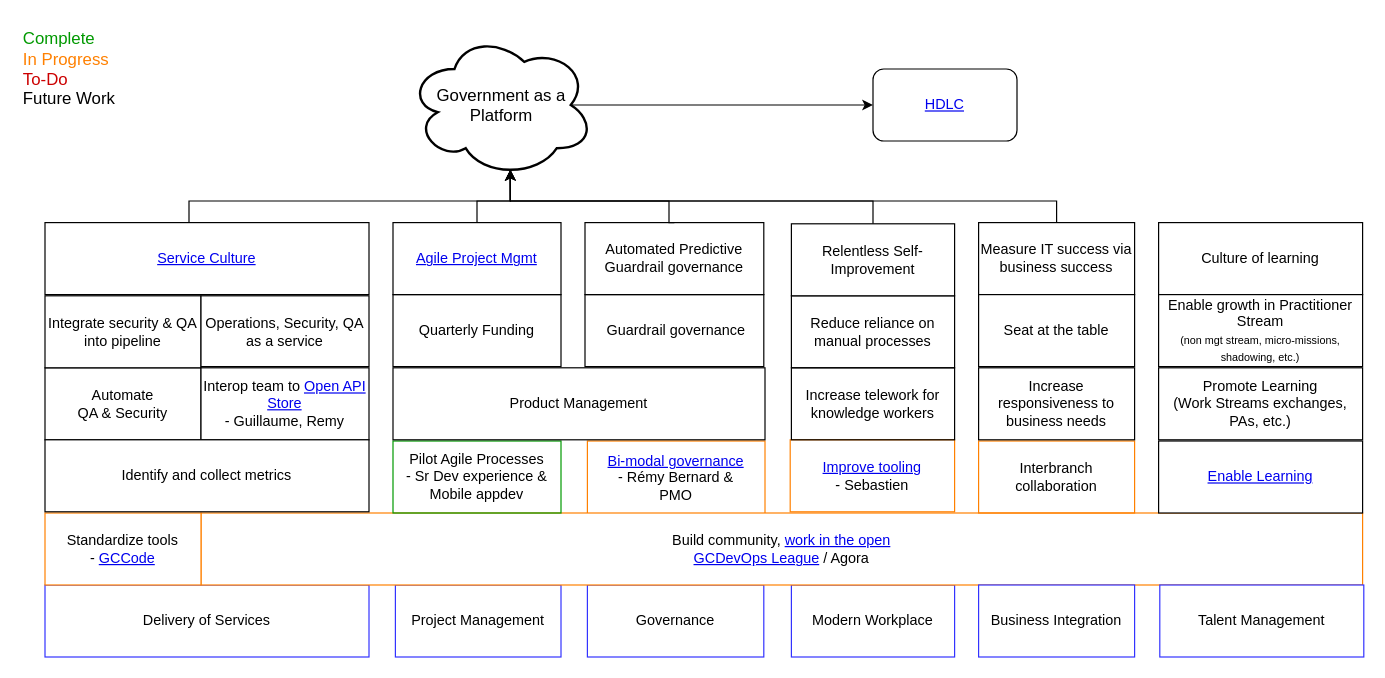
sara-sabr/ITStrategy keeps this draw.io diagram as drawio/en/StrategySummary.drawio. Above is the earlier version. Source tidied: cells renumbered, new cells numbered last; positions are measured from the earlier drawing's top-left corner, leaving out a move shared by most shapes. Both pictures are drawn from the tidied source at 120%, with x=0, y=0 at pixel (20, 20).
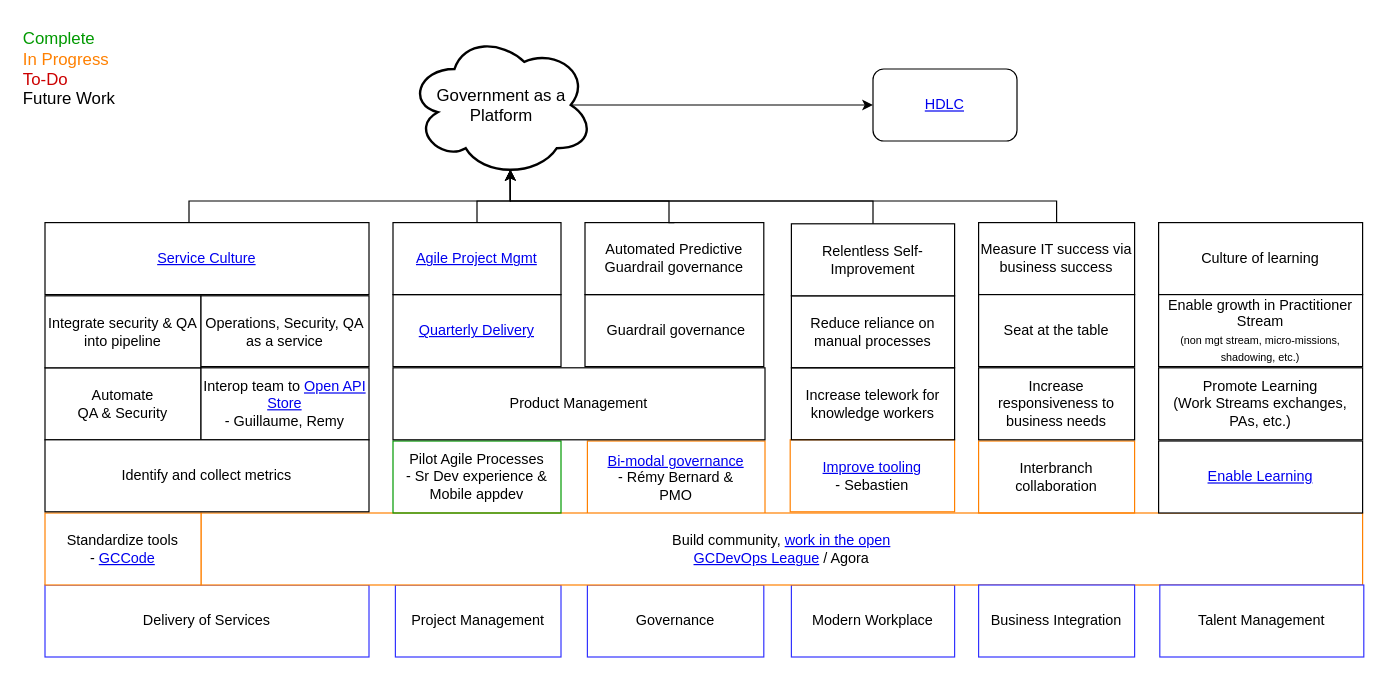
After the change.

Diff of the diagram source:
```diff
@@
-    <mxCell id="41" value="Quarterly Funding" style="rounded=0;whiteSpace=wrap;html=1;strokeColor=#000000;fillColor=none;" parent="1" vertex="1">
-      <mxGeometry x="310" y="228" width="140" height="60" as="geometry" />
-    </mxCell>
+    <mxCell id="44" value="&lt;a href=&quot;https://github.com/sara-sabr/ITStrategy/blob/master/_pages/en/quarterly-delivery.md&quot;&gt;Quarterly Delivery&lt;/a&gt;" style="rounded=0;whiteSpace=wrap;html=1;strokeColor=#000000;fillColor=none;" parent="1" vertex="1">
+      <mxGeometry x="310" y="228" width="140" height="60" as="geometry" />
+    </mxCell>
```
